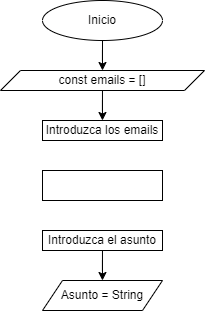
This is Envío de correos.png from dasamepu/Flujo-de-funciones-para-encapsular-algoritmos, a draw.io export, as it was before one commit. Source tidied: cells renumbered, new cells last; positions are measured from the earlier drawing's top-left corner, leaving out a move shared by most shapes. Its diagram source:
```xml
<mxGraphModel>
  <root>
    <mxCell id="0" />
    <mxCell id="1" parent="0" />
    <mxCell id="2" style="edgeStyle=orthogonalEdgeStyle;rounded=0;jettySize=auto;html=1;entryX=0.5;entryY=0;entryDx=0;entryDy=0;" parent="1" edge="1" source="3" target="5">
      <mxGeometry relative="1" as="geometry" />
    </mxCell>
    <mxCell id="3" value="Inicio" style="ellipse;whiteSpace=wrap;html=1;" parent="1" vertex="1">
      <mxGeometry x="42" width="120" height="40" as="geometry" />
    </mxCell>
    <mxCell id="4" style="edgeStyle=orthogonalEdgeStyle;rounded=0;jettySize=auto;html=1;" parent="1" edge="1" source="5" target="6">
      <mxGeometry relative="1" as="geometry" />
    </mxCell>
    <mxCell id="5" value="const emails = []" style="shape=parallelogram;perimeter=parallelogramPerimeter;whiteSpace=wrap;html=1;fixedSize=1;" parent="1" vertex="1">
      <mxGeometry y="70" width="204" height="20" as="geometry" />
    </mxCell>
    <mxCell id="6" value="Introduzca los emails" style="whiteSpace=wrap;html=1;" parent="1" vertex="1">
      <mxGeometry x="42" y="120" width="120" height="20" as="geometry" />
    </mxCell>
    <mxCell id="7" style="edgeStyle=orthogonalEdgeStyle;rounded=0;jettySize=auto;html=1;" parent="1" edge="1" source="8" target="9">
      <mxGeometry relative="1" as="geometry" />
    </mxCell>
    <mxCell id="8" value="Introduzca el asunto" style="whiteSpace=wrap;html=1;" parent="1" vertex="1">
      <mxGeometry x="42" y="230" width="120" height="20" as="geometry" />
    </mxCell>
    <mxCell id="9" value="Asunto = String" style="shape=parallelogram;perimeter=parallelogramPerimeter;whiteSpace=wrap;html=1;fixedSize=1;" parent="1" vertex="1">
      <mxGeometry x="42" y="280" width="120" height="30" as="geometry" />
    </mxCell>
    <mxCell id="10" style="rounded=0;whiteSpace=wrap;html=1;" parent="1" vertex="1">
      <mxGeometry x="42" y="170" width="120" height="30" as="geometry" />
    </mxCell>
  </root>
</mxGraphModel>
```
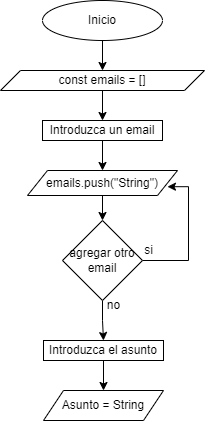
After the commit.

The edit, as a diff of the source:
```diff
@@ -14,20 +14,46 @@
     <mxCell id="5" value="const emails = []" style="shape=parallelogram;perimeter=parallelogramPerimeter;whiteSpace=wrap;html=1;fixedSize=1;" parent="1" vertex="1">
       <mxGeometry y="70" width="204" height="20" as="geometry" />
     </mxCell>
+    <mxCell id="11" style="edgeStyle=orthogonalEdgeStyle;rounded=0;jettySize=auto;html=1;entryX=0.5;entryY=0;entryDx=0;entryDy=0;" parent="1" edge="1" source="6" target="13">
+      <mxGeometry relative="1" as="geometry" />
+    </mxCell>
-    <mxCell id="6" value="Introduzca los emails" style="whiteSpace=wrap;html=1;" parent="1" vertex="1">
+    <mxCell id="6" value="Introduzca un email" style="whiteSpace=wrap;html=1;" parent="1" vertex="1">
       <mxGeometry x="42" y="120" width="120" height="20" as="geometry" />
     </mxCell>
     <mxCell id="7" style="edgeStyle=orthogonalEdgeStyle;rounded=0;jettySize=auto;html=1;" parent="1" edge="1" source="8" target="9">
       <mxGeometry relative="1" as="geometry" />
     </mxCell>
     <mxCell id="8" value="Introduzca el asunto" style="whiteSpace=wrap;html=1;" parent="1" vertex="1">
-      <mxGeometry x="42" y="230" width="120" height="20" as="geometry" />
+      <mxGeometry x="43" y="340" width="120" height="20" as="geometry" />
     </mxCell>
     <mxCell id="9" value="Asunto = String" style="shape=parallelogram;perimeter=parallelogramPerimeter;whiteSpace=wrap;html=1;fixedSize=1;" parent="1" vertex="1">
-      <mxGeometry x="42" y="280" width="120" height="30" as="geometry" />
+      <mxGeometry x="43" y="390" width="120" height="30" as="geometry" />
     </mxCell>
-    <mxCell id="10" style="rounded=0;whiteSpace=wrap;html=1;" parent="1" vertex="1">
-      <mxGeometry x="42" y="170" width="120" height="30" as="geometry" />
-    </mxCell>
+    <mxCell id="12" style="edgeStyle=orthogonalEdgeStyle;rounded=0;jettySize=auto;html=1;" parent="1" edge="1" source="13" target="16">
+      <mxGeometry relative="1" as="geometry" />
+    </mxCell>
+    <mxCell id="13" value="emails.push(&quot;String&quot;)" style="shape=parallelogram;perimeter=parallelogramPerimeter;whiteSpace=wrap;html=1;fixedSize=1;" parent="1" vertex="1">
+      <mxGeometry x="27" y="170" width="150" height="25" as="geometry" />
+    </mxCell>
+    <mxCell id="14" style="edgeStyle=orthogonalEdgeStyle;rounded=0;jettySize=auto;html=1;entryX=0.5;entryY=0;entryDx=0;entryDy=0;exitX=0.5;exitY=1;exitDx=0;exitDy=0;" parent="1" edge="1" source="16" target="8">
+      <mxGeometry relative="1" as="geometry" />
+    </mxCell>
+    <mxCell id="15" style="edgeStyle=orthogonalEdgeStyle;rounded=0;jettySize=auto;html=1;entryX=0.933;entryY=0.648;entryDx=0;entryDy=0;entryPerimeter=0;" parent="1" edge="1" source="16" target="13">
+      <mxGeometry relative="1" as="geometry">
+        <Array as="points">
+          <mxPoint x="188" y="260" />
+          <mxPoint x="188" y="186" />
+        </Array>
+      </mxGeometry>
+    </mxCell>
+    <mxCell id="16" value="agregar otro email" style="rhombus;whiteSpace=wrap;html=1;" parent="1" vertex="1">
+      <mxGeometry x="62" y="220" width="80" height="80" as="geometry" />
+    </mxCell>
+    <mxCell id="17" value="si" style="text;html=1;align=center;verticalAlign=middle;strokeColor=none;fillColor=none;" parent="1" vertex="1">
+      <mxGeometry x="133" y="235" width="30" height="30" as="geometry" />
+    </mxCell>
+    <mxCell id="18" value="no" style="text;html=1;align=center;verticalAlign=middle;strokeColor=none;fillColor=none;" parent="1" vertex="1">
+      <mxGeometry x="93" y="290" width="40" height="30" as="geometry" />
+    </mxCell>
   </root>
 </mxGraphModel>
```
